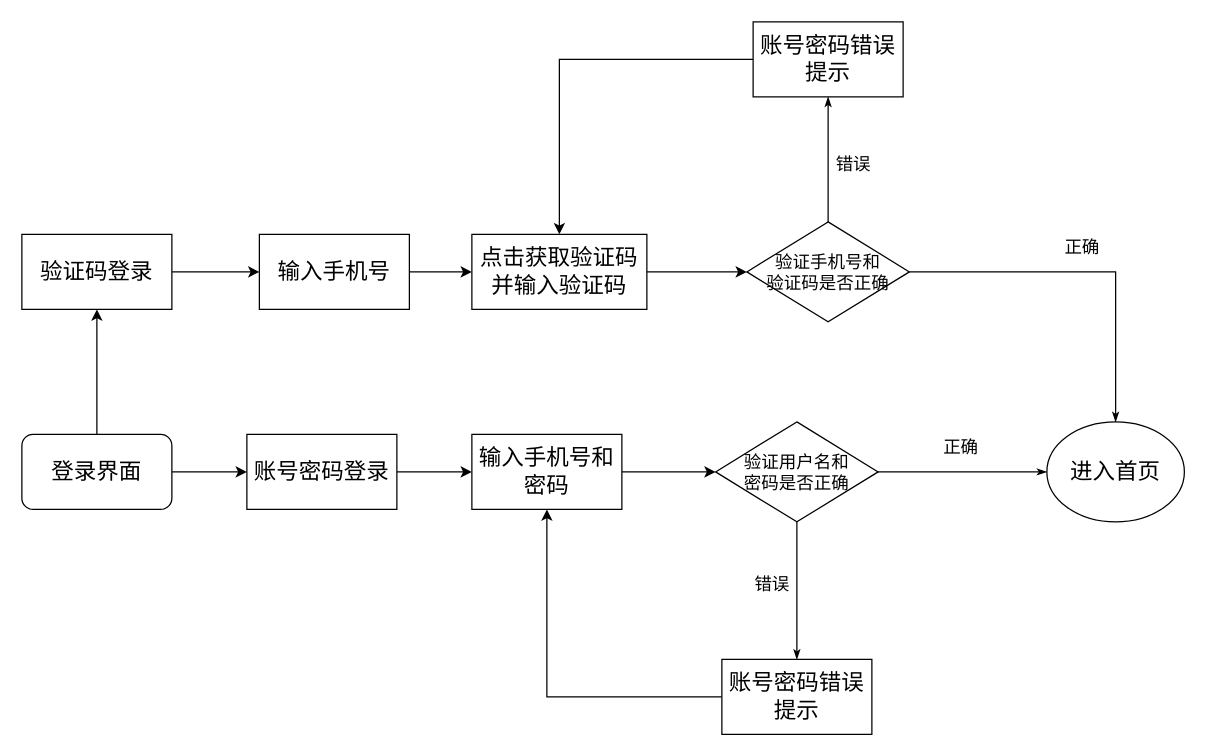
This is 王者系统/流程图/登录流程图.drawio from fuliang10000/nl_files, a draw.io file, before an edit. Source tidied: cells renumbered, new cells numbered last; positions are measured from the earlier drawing's top-left corner, leaving out a move shared by most shapes. Both pictures are drawn from the tidied source at 125%, with x=0, y=0 at pixel (21, 21).
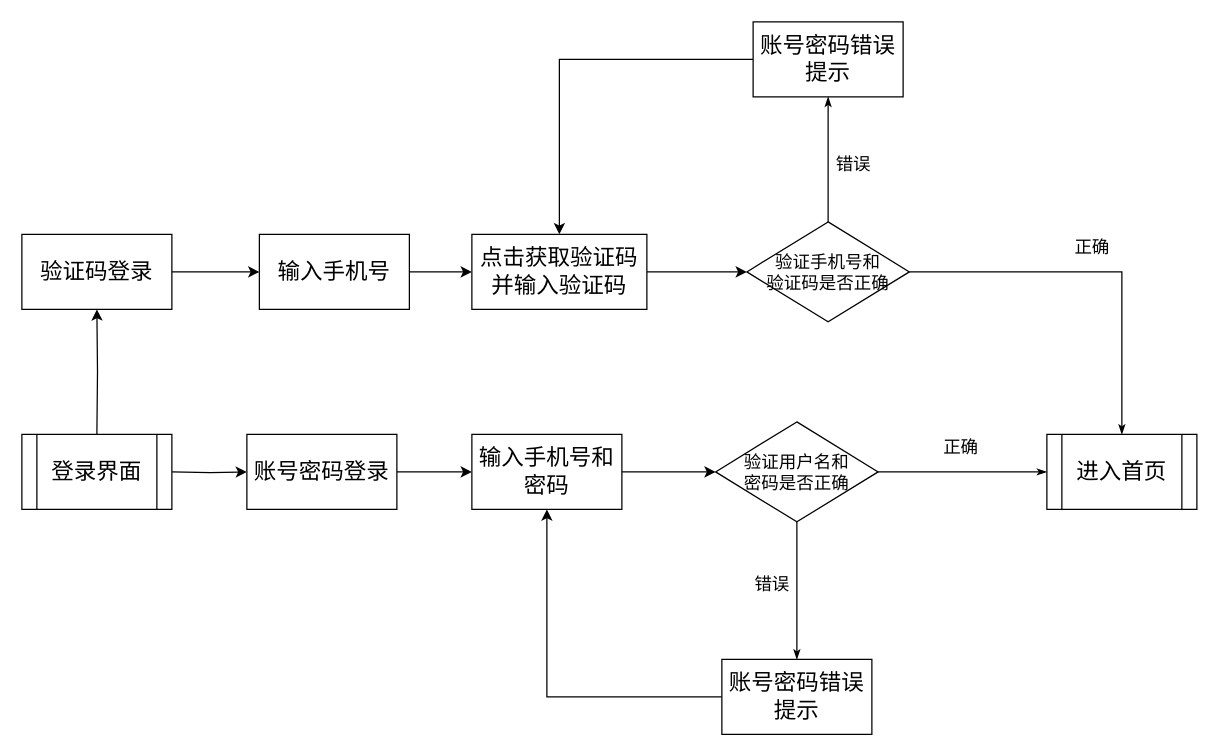
The same diagram, later.

The change refers to these unchanged cells:
```xml
<mxCell id="3" value="&lt;font style=&quot;font-size: 18px&quot;&gt;账号密码登录&lt;br&gt;&lt;/font&gt;" style="rounded=0;whiteSpace=wrap;html=1;" parent="1" vertex="1">
  <mxGeometry x="180" y="330" width="120" height="60" as="geometry" />
</mxCell>
<mxCell id="7" value="&lt;font style=&quot;font-size: 18px&quot;&gt;验证码登录&lt;/font&gt;" style="rounded=0;whiteSpace=wrap;html=1;" parent="1" vertex="1">
  <mxGeometry y="170" width="120" height="60" as="geometry" />
</mxCell>
```

Diff of the diagram source:
```diff
@@
-    <mxCell id="4" style="edgeStyle=orthogonalEdgeStyle;rounded=0;jettySize=auto;html=1;entryX=0;entryY=0.5;entryDx=0;entryDy=0;exitX=1;exitY=0.5;exitDx=0;exitDy=0;" parent="1" edge="1" source="25" target="3">
-      <mxGeometry relative="1" as="geometry" />
+    <mxCell id="4" style="edgeStyle=orthogonalEdgeStyle;rounded=0;jettySize=auto;html=1;entryX=0;entryY=0.5;entryDx=0;entryDy=0;exitX=1;exitY=0.5;exitDx=0;exitDy=0;" parent="1" edge="1" target="3">
+      <mxGeometry relative="1" as="geometry">
+        <mxPoint x="120" y="360" as="sourcePoint" />
+      </mxGeometry>
     </mxCell>
-    <mxCell id="5" style="edgeStyle=orthogonalEdgeStyle;rounded=0;jettySize=auto;html=1;exitX=0.5;exitY=0;exitDx=0;exitDy=0;entryX=0.5;entryY=1;entryDx=0;entryDy=0;" parent="1" edge="1" source="25" target="7">
-      <mxGeometry relative="1" as="geometry" />
+    <mxCell id="5" style="edgeStyle=orthogonalEdgeStyle;rounded=0;jettySize=auto;html=1;exitX=0.5;exitY=0;exitDx=0;exitDy=0;entryX=0.5;entryY=1;entryDx=0;entryDy=0;" parent="1" edge="1" target="7">
+      <mxGeometry relative="1" as="geometry">
+        <mxPoint x="60" y="330" as="sourcePoint" />
+      </mxGeometry>
     </mxCell>
@@
-    <mxCell id="17" value="&lt;span style=&quot;white-space: normal&quot;&gt;&lt;font style=&quot;font-size: 18px&quot;&gt;进入首页&lt;/font&gt;&lt;/span&gt;" style="ellipse;whiteSpace=wrap;html=1;" parent="1" vertex="1">
-      <mxGeometry x="820" y="320" width="110" height="80" as="geometry" />
-    </mxCell>
@@
-    <mxCell id="25" value="&lt;span style=&quot;font-size: 18px ; white-space: normal&quot;&gt;登录界面&lt;/span&gt;" style="rounded=1;whiteSpace=wrap;html=1;" parent="1" vertex="1">
+    <mxCell id="25" value="&lt;span style=&quot;font-size: 18px ; white-space: normal&quot;&gt;登录界面&lt;/span&gt;" style="shape=process;whiteSpace=wrap;html=1;backgroundOutline=1;" parent="1" vertex="1">
       <mxGeometry y="330" width="120" height="60" as="geometry" />
     </mxCell>
+    <mxCell id="17" value="&lt;span style=&quot;font-size: 18px&quot;&gt;进入首页&lt;/span&gt;" style="shape=process;whiteSpace=wrap;html=1;backgroundOutline=1;" parent="1" vertex="1">
+      <mxGeometry x="820" y="330" width="120" height="60" as="geometry" />
+    </mxCell>
```
